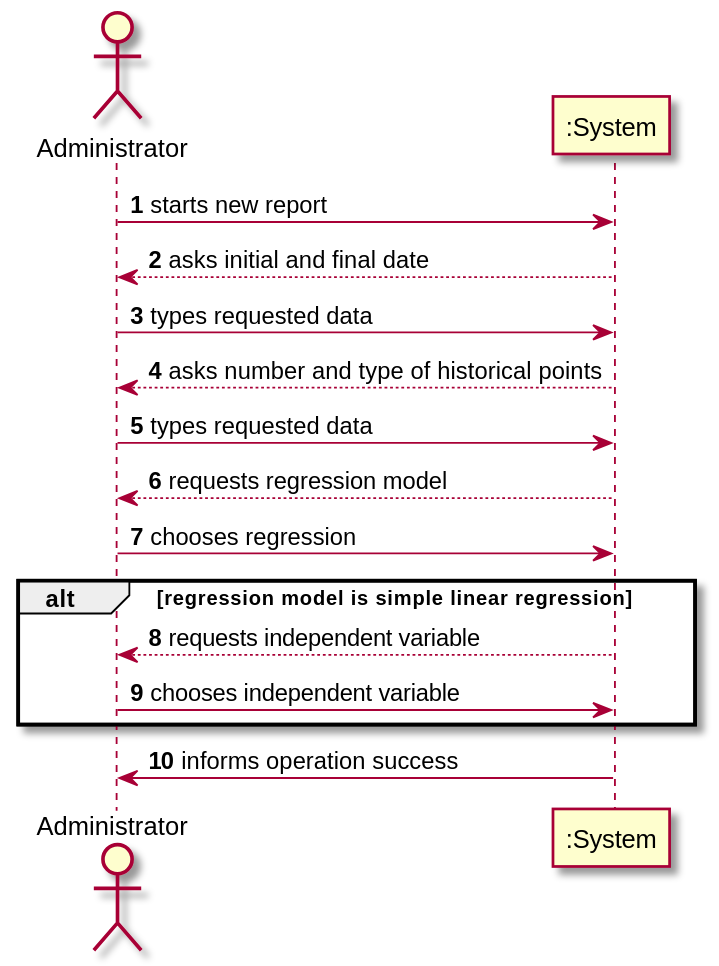
MadDinosaur/ISEP-LAPR2 keeps this PlantUML diagram as docs/SprintD/US18/US18_SSD.svg. Above is the earlier version. Source of this version:
```plantuml
@startuml

autonumber

actor "Administrator" as admin
participant ":System" as sys

admin -> sys: starts new report
sys -->admin :  asks initial and final date
admin -> sys : types requested data
sys --> admin : asks number and type of historical points
admin -> sys : types requested data
sys --> admin : requests regression model
admin -> sys : chooses regression
alt regression model is simple linear regression
sys --> admin : requests independent variable
admin -> sys : chooses independent variable
end
sys -> admin: informs operation success



@enduml
```
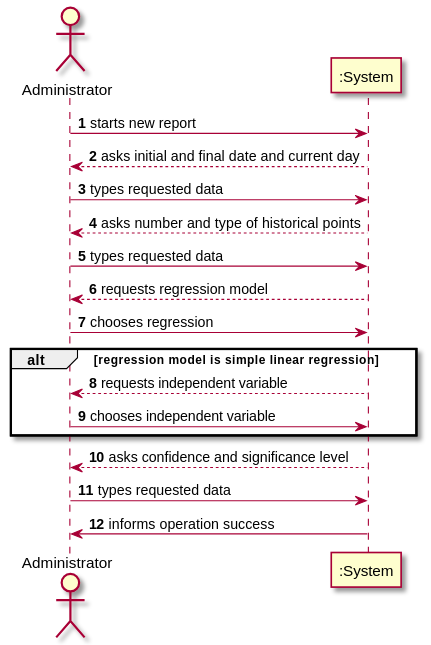
Later version of the same file.

What changed in the source:
```diff
@@ -6,7 +6,7 @@
 participant ":System" as sys
 
 admin -> sys: starts new report
-sys -->admin :  asks initial and final date
+sys -->admin :  asks initial and final date and current day
 admin -> sys : types requested data
 sys --> admin : asks number and type of historical points
 admin -> sys : types requested data
@@ -16,8 +16,8 @@
 sys --> admin : requests independent variable
 admin -> sys : chooses independent variable
 end
+sys --> admin : asks confidence and significance level
+admin -> sys : types requested data
 sys -> admin: informs operation success
 
-
-
 @enduml
```
